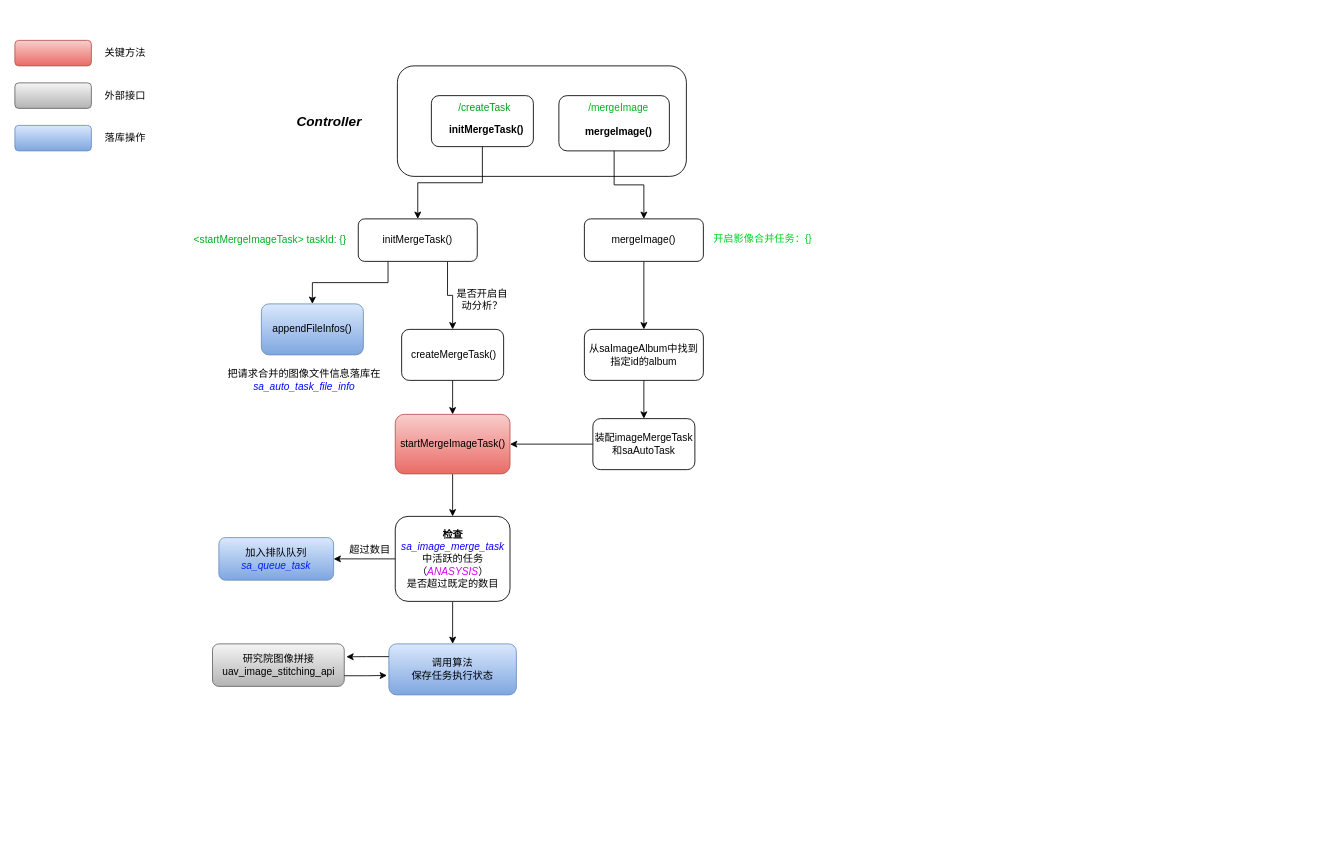
Above: 图像拼接主要接口逻辑.drawio in RK-JD/DrawIO (draw.io), before the change. Source tidied: cells renumbered, new cells numbered last; positions are measured from the earlier drawing's top-left corner, leaving out a move shared by most shapes. Both pictures are drawn from the tidied source at 85%, with x=0, y=0 at pixel (14, 40).
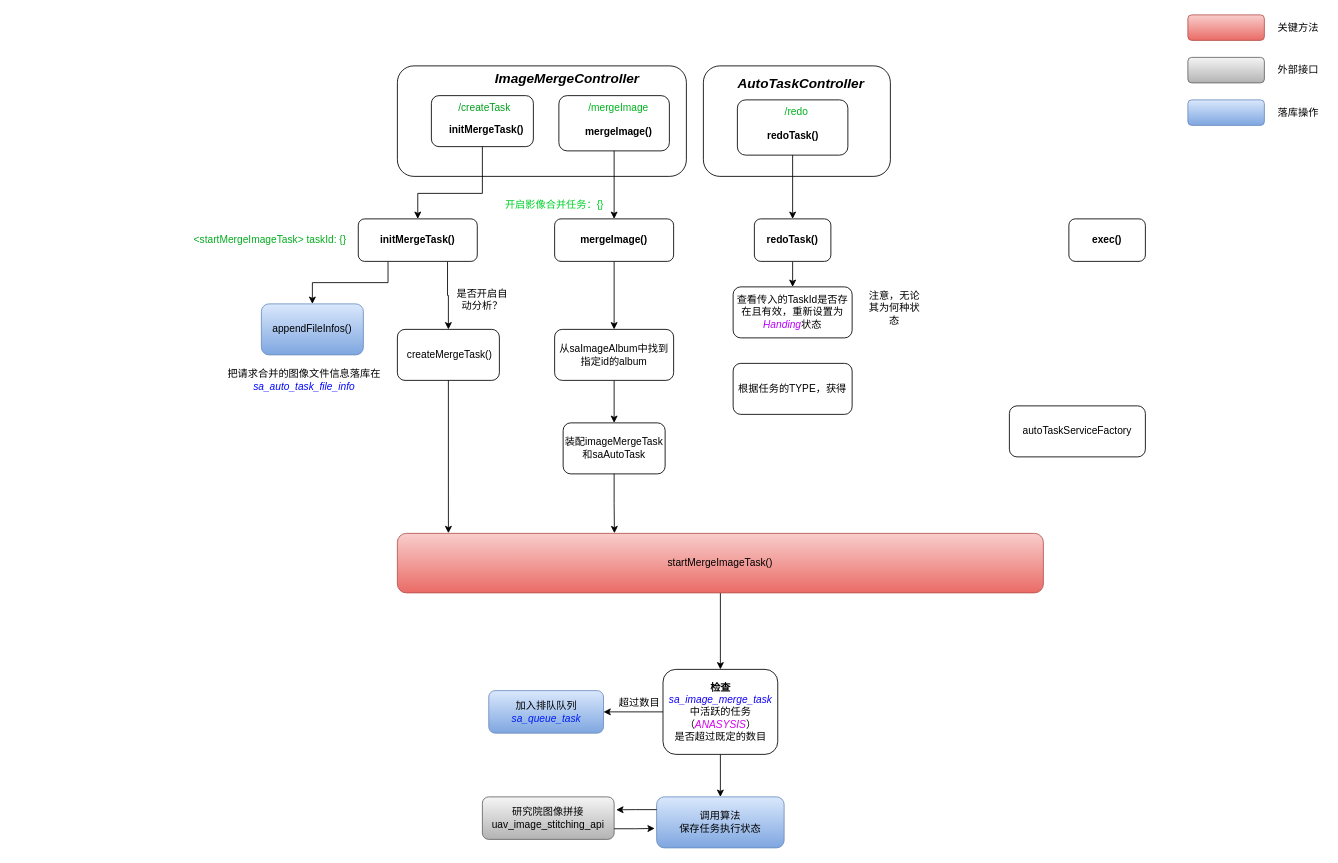
After the change.

Commit message:
更新图像拼接主要接口逻辑.drawio

Unchanged cells that the change refers to:
```xml
<mxCell id="5" style="rounded=1;whiteSpace=wrap;html=1;" parent="4" vertex="1">
  <mxGeometry width="120" height="60" as="geometry" />
</mxCell>
```

What changed in the source:
```diff
@@
+    <mxCell id="47" style="rounded=1;whiteSpace=wrap;html=1;" parent="1" vertex="1">
+      <mxGeometry x="810" y="30" width="220" height="130" as="geometry" />
+    </mxCell>
@@
-    <mxCell id="3" value="&lt;b&gt;&lt;i&gt;&lt;font style=&quot;font-size: 16px;&quot;&gt;Controller&lt;/font&gt;&lt;/i&gt;&lt;/b&gt;" style="text;html=1;align=center;verticalAlign=middle;whiteSpace=wrap;rounded=0;" parent="1" vertex="1">
-      <mxGeometry x="340" y="80" width="60" height="30" as="geometry" />
+    <mxCell id="3" value="&lt;b&gt;&lt;i&gt;&lt;font style=&quot;font-size: 16px;&quot;&gt;ImageMergeController&lt;/font&gt;&lt;/i&gt;&lt;/b&gt;" style="text;html=1;align=center;verticalAlign=middle;whiteSpace=wrap;rounded=0;" parent="1" vertex="1">
+      <mxGeometry x="620" y="30" width="60" height="30" as="geometry" />
     </mxCell>
@@
-    <mxCell id="14" value="&lt;span style=&quot;text-align: left;&quot;&gt;initMergeTask()&lt;/span&gt;" style="rounded=1;whiteSpace=wrap;html=1;" parent="1" vertex="1">
+    <mxCell id="14" value="&lt;span style=&quot;text-align: left;&quot;&gt;initMergeTask()&lt;/span&gt;" style="rounded=1;whiteSpace=wrap;html=1;fontStyle=1;" parent="1" vertex="1">
       <mxGeometry x="404" y="210" width="140" height="50" as="geometry" />
     </mxCell>
@@
-    <mxCell id="16" style="edgeStyle=orthogonalEdgeStyle;rounded=0;jettySize=auto;html=1;exitX=0.5;exitY=1;exitDx=0;exitDy=0;entryX=0.5;entryY=0;entryDx=0;entryDy=0;" parent="1" edge="1" source="17" target="22">
-      <mxGeometry relative="1" as="geometry" />
-    </mxCell>
     <mxCell id="17" value="&amp;nbsp;createMergeTask()" style="rounded=1;whiteSpace=wrap;html=1;" parent="1" vertex="1">
-      <mxGeometry x="455" y="340" width="120" height="60" as="geometry" />
+      <mxGeometry x="450" y="340" width="120" height="60" as="geometry" />
     </mxCell>
@@
     <mxCell id="19" style="edgeStyle=orthogonalEdgeStyle;rounded=0;jettySize=auto;html=1;exitX=0.5;exitY=1;exitDx=0;exitDy=0;entryX=0.5;entryY=0;entryDx=0;entryDy=0;" parent="1" edge="1" source="5" target="14">
-      <mxGeometry relative="1" as="geometry" />
+      <mxGeometry relative="1" as="geometry">
+        <Array as="points">
+          <mxPoint x="550" y="180" />
+          <mxPoint x="474" y="180" />
+        </Array>
+      </mxGeometry>
     </mxCell>
@@
     <mxCell id="22" value="startMergeImageTask()" style="rounded=1;whiteSpace=wrap;html=1;fillColor=#f8cecc;gradientColor=#ea6b66;strokeColor=#b85450;" parent="1" vertex="1">
-      <mxGeometry x="447.5" y="440" width="135" height="70" as="geometry" />
+      <mxGeometry x="450" y="580" width="760" height="70" as="geometry" />
     </mxCell>
@@
     <mxCell id="25" value="&lt;b&gt;检查&lt;/b&gt;&lt;div&gt;&lt;i&gt;&lt;font color=&quot;#1100fa&quot;&gt;sa_image_merge_task&lt;/font&gt;&lt;/i&gt;&lt;br&gt;&lt;/div&gt;&lt;div&gt;中活跃的任务（&lt;i&gt;&lt;font color=&quot;#d400f0&quot;&gt;ANASYSIS&lt;/font&gt;&lt;/i&gt;）&lt;/div&gt;&lt;div&gt;是否超过既定的数目&lt;/div&gt;" style="rounded=1;whiteSpace=wrap;html=1;" parent="1" vertex="1">
-      <mxGeometry x="447.5" y="560" width="135" height="100" as="geometry" />
+      <mxGeometry x="762.5" y="740" width="135" height="100" as="geometry" />
     </mxCell>
     <mxCell id="26" value="加入排队队列&lt;div&gt;&lt;i&gt;&lt;font color=&quot;#001df5&quot;&gt;sa_queue_task&lt;/font&gt;&lt;/i&gt;&lt;/div&gt;" style="rounded=1;whiteSpace=wrap;html=1;fillColor=#dae8fc;gradientColor=#7ea6e0;strokeColor=#6c8ebf;" parent="1" vertex="1">
-      <mxGeometry x="240" y="585" width="135" height="50" as="geometry" />
+      <mxGeometry x="557.5" y="765" width="135" height="50" as="geometry" />
     </mxCell>
     <mxCell id="27" value="超过数目" style="text;html=1;align=center;verticalAlign=middle;whiteSpace=wrap;rounded=0;" parent="1" vertex="1">
-      <mxGeometry x="387.5" y="585" width="60" height="30" as="geometry" />
+      <mxGeometry x="705" y="765" width="60" height="30" as="geometry" />
     </mxCell>
     <mxCell id="28" value="&lt;div&gt;研究院图像拼接&lt;/div&gt;&lt;div&gt;uav_image_stitching_api&lt;br&gt;&lt;/div&gt;" style="rounded=1;whiteSpace=wrap;html=1;fillColor=#f5f5f5;gradientColor=#b3b3b3;strokeColor=#666666;" parent="1" vertex="1">
-      <mxGeometry x="232.5" y="710" width="155" height="50" as="geometry" />
+      <mxGeometry x="550" y="890" width="155" height="50" as="geometry" />
     </mxCell>
     <mxCell id="29" style="rounded=1;whiteSpace=wrap;html=1;fillColor=#f8cecc;gradientColor=#ea6b66;strokeColor=#b85450;" parent="1" vertex="1">
-      <mxGeometry width="90" height="30" as="geometry" />
+      <mxGeometry x="1380" y="-30" width="90" height="30" as="geometry" />
     </mxCell>
     <mxCell id="30" value="关键方法" style="text;html=1;align=center;verticalAlign=middle;whiteSpace=wrap;rounded=0;" parent="1" vertex="1">
-      <mxGeometry x="100" width="60" height="30" as="geometry" />
+      <mxGeometry x="1480" y="-30" width="60" height="30" as="geometry" />
     </mxCell>
     <mxCell id="31" style="rounded=1;whiteSpace=wrap;html=1;fillColor=#f5f5f5;gradientColor=#b3b3b3;strokeColor=#666666;" parent="1" vertex="1">
-      <mxGeometry y="50" width="90" height="30" as="geometry" />
+      <mxGeometry x="1380" y="20" width="90" height="30" as="geometry" />
     </mxCell>
     <mxCell id="32" value="外部接口" style="text;html=1;align=center;verticalAlign=middle;whiteSpace=wrap;rounded=0;" parent="1" vertex="1">
-      <mxGeometry x="100" y="50" width="60" height="30" as="geometry" />
+      <mxGeometry x="1480" y="20" width="60" height="30" as="geometry" />
     </mxCell>
     <mxCell id="33" style="rounded=1;whiteSpace=wrap;html=1;fillColor=#dae8fc;gradientColor=#7ea6e0;strokeColor=#6c8ebf;" parent="1" vertex="1">
-      <mxGeometry y="100" width="90" height="30" as="geometry" />
+      <mxGeometry x="1380" y="70" width="90" height="30" as="geometry" />
     </mxCell>
     <mxCell id="34" value="落库操作" style="text;html=1;align=center;verticalAlign=middle;whiteSpace=wrap;rounded=0;" parent="1" vertex="1">
-      <mxGeometry x="100" y="100" width="60" height="30" as="geometry" />
+      <mxGeometry x="1480" y="70" width="60" height="30" as="geometry" />
     </mxCell>
     <mxCell id="35" value="调用算法&lt;div&gt;保存任务执行状态&lt;/div&gt;" style="rounded=1;whiteSpace=wrap;html=1;fillColor=#dae8fc;gradientColor=#7ea6e0;strokeColor=#6c8ebf;" parent="1" vertex="1">
-      <mxGeometry x="440" y="710" width="150" height="60" as="geometry" />
+      <mxGeometry x="755" y="890" width="150" height="60" as="geometry" />
     </mxCell>
@@
-    <mxCell id="39" value="&lt;span style=&quot;text-wrap: nowrap;&quot;&gt;mergeImage()&lt;/span&gt;" style="rounded=1;whiteSpace=wrap;html=1;" parent="1" vertex="1">
-      <mxGeometry x="670" y="210" width="140" height="50" as="geometry" />
+    <mxCell id="39" value="&lt;span style=&quot;text-wrap: nowrap;&quot;&gt;mergeImage()&lt;/span&gt;" style="rounded=1;whiteSpace=wrap;html=1;fontStyle=1;" parent="1" vertex="1">
+      <mxGeometry x="635" y="210" width="140" height="50" as="geometry" />
     </mxCell>
@@
     <mxCell id="42" value="&lt;span style=&quot;color: rgb(0, 209, 42); font-family: Helvetica; font-size: 12px; font-style: normal; font-variant-ligatures: normal; font-variant-caps: normal; font-weight: 400; letter-spacing: normal; orphans: 2; text-align: left; text-indent: 0px; text-transform: none; widows: 2; word-spacing: 0px; -webkit-text-stroke-width: 0px; white-space: normal; background-color: rgb(255, 255, 255); text-decoration-thickness: initial; text-decoration-style: initial; text-decoration-color: initial; display: inline !important; float: none;&quot;&gt;开启影像合并任务：{}&lt;/span&gt;" style="text;whiteSpace=wrap;html=1;" parent="1" vertex="1">
-      <mxGeometry x="820" y="220" width="150" height="40" as="geometry" />
+      <mxGeometry x="575" y="180" width="150" height="40" as="geometry" />
     </mxCell>
@@
     <mxCell id="44" value="从saImageAlbum中找到指定id的album" style="rounded=1;whiteSpace=wrap;html=1;" parent="1" vertex="1">
-      <mxGeometry x="670" y="340" width="140" height="60" as="geometry" />
+      <mxGeometry x="635" y="340" width="140" height="60" as="geometry" />
     </mxCell>
+    <mxCell id="46" value="装配imageMergeTask和saAutoTask" style="rounded=1;whiteSpace=wrap;html=1;" parent="1" vertex="1">
+      <mxGeometry x="645" y="450" width="120" height="60" as="geometry" />
+    </mxCell>
-    <mxCell id="45" style="edgeStyle=orthogonalEdgeStyle;rounded=0;jettySize=auto;html=1;exitX=0;exitY=0.5;exitDx=0;exitDy=0;entryX=1;entryY=0.5;entryDx=0;entryDy=0;" parent="1" edge="1" source="46" target="22">
+    <mxCell id="45" style="edgeStyle=orthogonalEdgeStyle;rounded=0;jettySize=auto;html=1;exitX=0.5;exitY=1;exitDx=0;exitDy=0;entryX=0.336;entryY=-0.003;entryDx=0;entryDy=0;entryPerimeter=0;" parent="1" edge="1" source="46" target="22">
       <mxGeometry relative="1" as="geometry" />
     </mxCell>
-    <mxCell id="46" value="装配imageMergeTask和saAutoTask" style="rounded=1;whiteSpace=wrap;html=1;" parent="1" vertex="1">
-      <mxGeometry x="680" y="445" width="120" height="60" as="geometry" />
-    </mxCell>
+    <mxCell id="16" style="edgeStyle=orthogonalEdgeStyle;rounded=0;jettySize=auto;html=1;exitX=0.5;exitY=1;exitDx=0;exitDy=0;entryX=0.079;entryY=-0.004;entryDx=0;entryDy=0;entryPerimeter=0;" parent="1" edge="1" source="17" target="22">
+      <mxGeometry relative="1" as="geometry" />
+    </mxCell>
+    <mxCell id="48" value="&lt;span style=&quot;text-wrap: nowrap;&quot;&gt;exec()&lt;/span&gt;" style="rounded=1;whiteSpace=wrap;html=1;fontStyle=1;" parent="1" vertex="1">
+      <mxGeometry x="1240" y="210" width="90" height="50" as="geometry" />
+    </mxCell>
+    <mxCell id="49" style="edgeStyle=orthogonalEdgeStyle;rounded=0;jettySize=auto;html=1;exitX=0.5;exitY=1;exitDx=0;exitDy=0;entryX=0.5;entryY=0;entryDx=0;entryDy=0;" parent="1" edge="1" source="50" target="57">
+      <mxGeometry relative="1" as="geometry" />
+    </mxCell>
+    <mxCell id="50" value="&lt;span style=&quot;text-wrap: nowrap;&quot;&gt;redoTask&lt;/span&gt;&lt;span style=&quot;text-wrap: nowrap; background-color: initial;&quot;&gt;()&lt;/span&gt;" style="rounded=1;whiteSpace=wrap;html=1;fontStyle=1;" parent="1" vertex="1">
+      <mxGeometry x="870" y="210" width="90" height="50" as="geometry" />
+    </mxCell>
+    <mxCell id="51" style="group;" parent="1" vertex="1">
+      <mxGeometry x="850" y="70" width="130" height="65" as="geometry" />
+    </mxCell>
+    <mxCell id="52" style="rounded=1;whiteSpace=wrap;html=1;" parent="51" vertex="1">
+      <mxGeometry width="130" height="65" as="geometry" />
+    </mxCell>
+    <mxCell id="53" value="/redo" style="text;whiteSpace=wrap;fontColor=#00b31e;" parent="51" vertex="1">
+      <mxGeometry x="54.2" width="35.8" height="27.1" as="geometry" />
+    </mxCell>
+    <mxCell id="54" value="&lt;b&gt;redoTask()&lt;/b&gt;" style="text;html=1;align=center;verticalAlign=middle;whiteSpace=wrap;rounded=0;" parent="51" vertex="1">
+      <mxGeometry x="32.5" y="27.1" width="65" height="32.5" as="geometry" />
+    </mxCell>
+    <mxCell id="55" value="&lt;b&gt;&lt;i&gt;&lt;font style=&quot;font-size: 16px;&quot;&gt;AutoTaskController&lt;/font&gt;&lt;/i&gt;&lt;/b&gt;" style="text;html=1;align=center;verticalAlign=middle;whiteSpace=wrap;rounded=0;" parent="1" vertex="1">
+      <mxGeometry x="895" y="35" width="60" height="30" as="geometry" />
+    </mxCell>
+    <mxCell id="56" style="edgeStyle=orthogonalEdgeStyle;rounded=0;jettySize=auto;html=1;exitX=0.5;exitY=1;exitDx=0;exitDy=0;" parent="1" edge="1" source="52" target="50">
+      <mxGeometry relative="1" as="geometry" />
+    </mxCell>
+    <mxCell id="57" value="查看传入的TaskId是否存在且有效，重新设置为&lt;i style=&quot;&quot;&gt;&lt;font color=&quot;#bb00ff&quot;&gt;Handing&lt;/font&gt;&lt;/i&gt;状态" style="rounded=1;whiteSpace=wrap;html=1;" parent="1" vertex="1">
+      <mxGeometry x="845" y="290" width="140" height="60" as="geometry" />
+    </mxCell>
+    <mxCell id="58" value="注意，无论其为何种状态" style="text;html=1;align=center;verticalAlign=middle;whiteSpace=wrap;rounded=0;" parent="1" vertex="1">
+      <mxGeometry x="1000" y="300" width="70" height="30" as="geometry" />
+    </mxCell>
+    <mxCell id="59" value="根据任务的TYPE，获得" style="rounded=1;whiteSpace=wrap;html=1;" parent="1" vertex="1">
+      <mxGeometry x="845" y="380" width="140" height="60" as="geometry" />
+    </mxCell>
+    <mxCell id="60" value="autoTaskServiceFactory" style="rounded=1;whiteSpace=wrap;html=1;" parent="1" vertex="1">
+      <mxGeometry x="1170" y="430" width="160" height="60" as="geometry" />
+    </mxCell>
```
